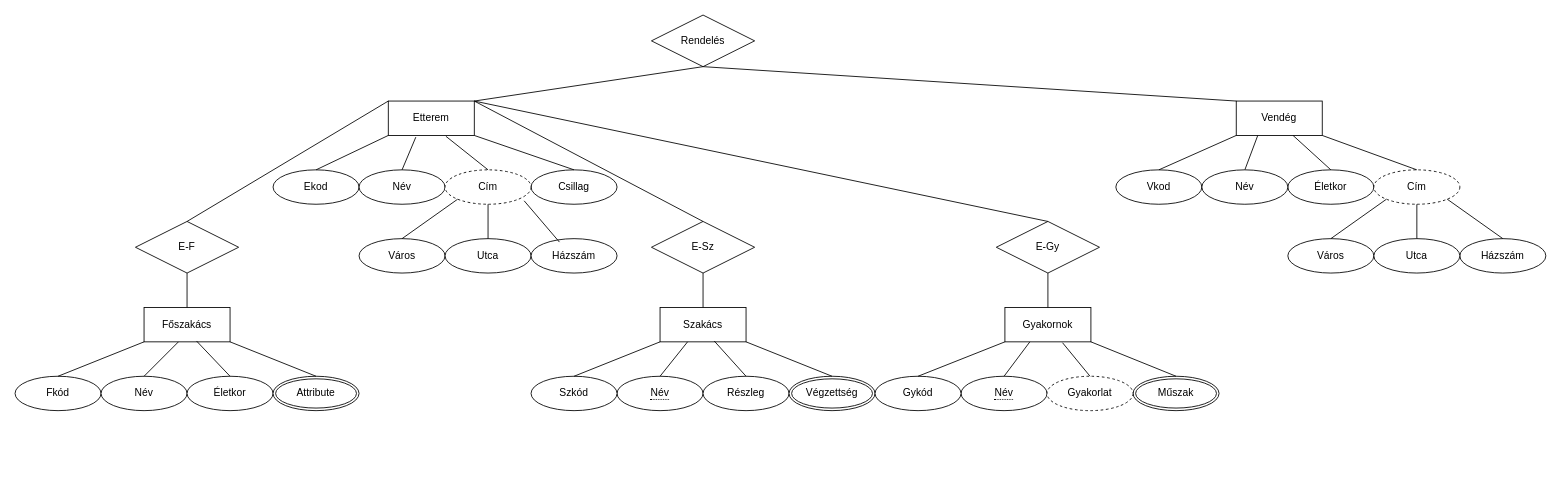
kovacsgergely22/Notes keeps this draw.io diagram as Web/XML_ME/Webes_adatkezelo_kornyezetek/Mktjs0_1011/mktjs0_Vendeglatas.drawio. Above is the earlier version. Source tidied: cells renumbered, new cells numbered last; positions are measured from the earlier drawing's top-left corner, leaving out a move shared by most shapes. Both pictures are drawn from the tidied source at 86%, with x=0, y=0 at pixel (15, 15).
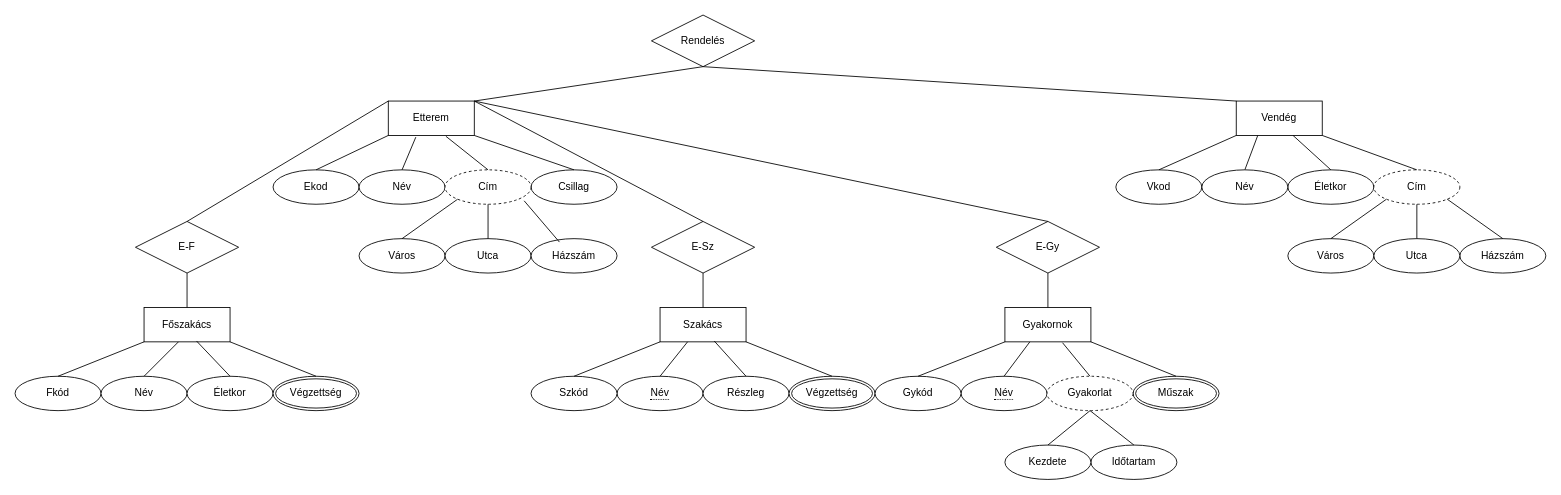
The same diagram, later.

Unchanged cells that the change refers to:
```xml
<mxCell id="47" value="Gyakorlat" style="ellipse;whiteSpace=wrap;html=1;align=center;dashed=1;" parent="1" vertex="1">
  <mxGeometry x="1200" y="420" width="100" height="40" as="geometry" />
</mxCell>
```

Diff of the diagram source:
```diff
@@
-    <mxCell id="24" value="Attribute" style="ellipse;shape=doubleEllipse;margin=3;whiteSpace=wrap;html=1;align=center;" parent="1" vertex="1">
+    <mxCell id="24" value="Végzettség" style="ellipse;shape=doubleEllipse;margin=3;whiteSpace=wrap;html=1;align=center;" parent="1" vertex="1">
       <mxGeometry x="300" y="420" width="100" height="40" as="geometry" />
     </mxCell>
@@
+    <mxCell id="71" value="Időtartam" style="ellipse;whiteSpace=wrap;html=1;align=center;" parent="1" vertex="1">
+      <mxGeometry x="1251" y="500" width="100" height="40" as="geometry" />
+    </mxCell>
+    <mxCell id="72" value="Kezdete" style="ellipse;whiteSpace=wrap;html=1;align=center;" parent="1" vertex="1">
+      <mxGeometry x="1151" y="500" width="100" height="40" as="geometry" />
+    </mxCell>
+    <mxCell id="73" style="endArrow=none;html=1;rounded=0;exitX=0.5;exitY=0;exitDx=0;exitDy=0;" parent="1" edge="1" source="71">
+      <mxGeometry relative="1" as="geometry">
+        <mxPoint x="1250" y="460" as="targetPoint" />
+      </mxGeometry>
+    </mxCell>
+    <mxCell id="74" style="endArrow=none;html=1;rounded=0;exitX=0.5;exitY=0;exitDx=0;exitDy=0;entryX=0.5;entryY=1;entryDx=0;entryDy=0;" parent="1" edge="1" source="72" target="47">
+      <mxGeometry relative="1" as="geometry" />
+    </mxCell>
```
